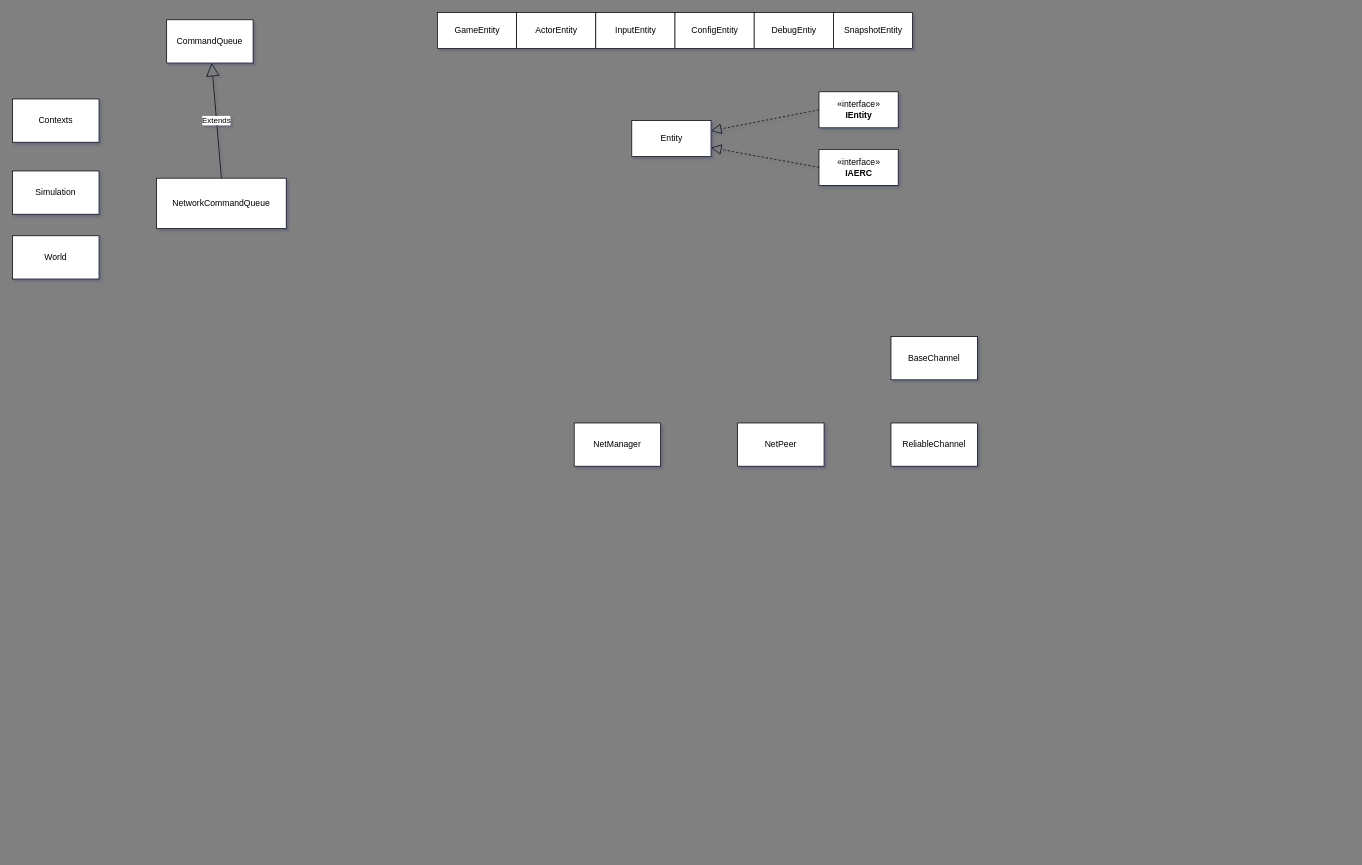
Above: Doc/drawio/Project.drawio in BUGyyc/LockstepBase (draw.io), before the change. Source tidied: cells renumbered, new cells numbered last; positions are measured from the earlier drawing's top-left corner, leaving out a move shared by most shapes. Both pictures are drawn from the tidied source at 72%, with x=0, y=0 at pixel (12, 12).
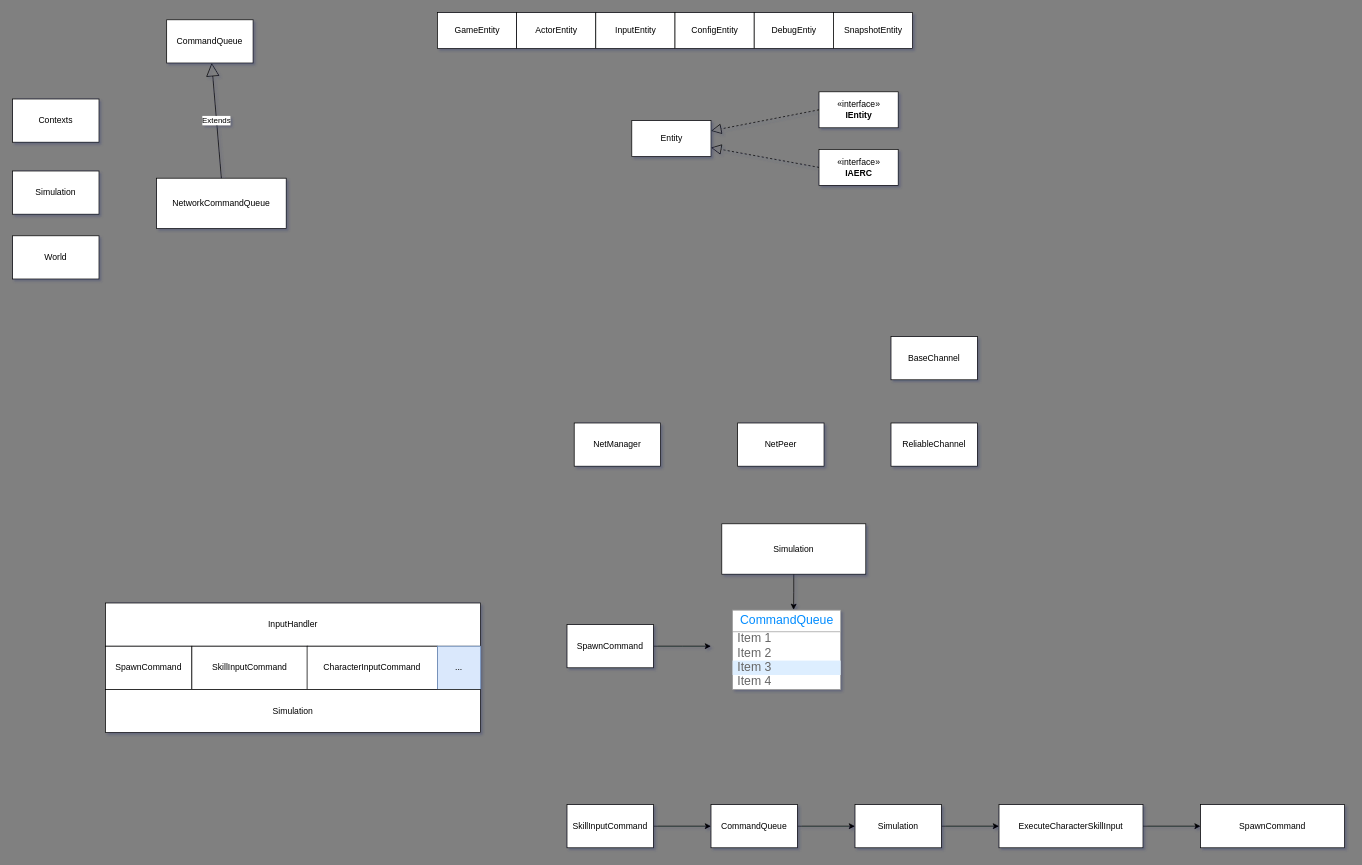
After the change.

Diff of the diagram source:
```diff
@@
+    <mxCell id="23" value="InputHandler&lt;br&gt;" style="rounded=0;whiteSpace=wrap;html=1;" parent="1" vertex="1">
+      <mxGeometry x="129" y="820" width="521" height="60" as="geometry" />
+    </mxCell>
+    <mxCell id="24" value="SpawnCommand" style="rounded=0;whiteSpace=wrap;html=1;" parent="1" vertex="1">
+      <mxGeometry x="129" y="880" width="120" height="60" as="geometry" />
+    </mxCell>
+    <mxCell id="25" value="SkillInputCommand" style="rounded=0;whiteSpace=wrap;html=1;" parent="1" vertex="1">
+      <mxGeometry x="249" y="880" width="161" height="60" as="geometry" />
+    </mxCell>
+    <mxCell id="26" value="CharacterInputCommand" style="rounded=0;whiteSpace=wrap;html=1;" parent="1" vertex="1">
+      <mxGeometry x="409" y="880" width="181" height="60" as="geometry" />
+    </mxCell>
+    <mxCell id="27" value="..." style="rounded=0;whiteSpace=wrap;html=1;fillColor=#dae8fc;strokeColor=#6c8ebf;" parent="1" vertex="1">
+      <mxGeometry x="590" y="880" width="60" height="60" as="geometry" />
+    </mxCell>
+    <mxCell id="28" value="Simulation" style="rounded=0;whiteSpace=wrap;html=1;" parent="1" vertex="1">
+      <mxGeometry x="129" y="940" width="521" height="60" as="geometry" />
+    </mxCell>
+    <mxCell id="29" style="edgeStyle=orthogonalEdgeStyle;rounded=0;jettySize=auto;html=1;" parent="1" edge="1" source="30">
+      <mxGeometry relative="1" as="geometry">
+        <mxPoint x="970" y="880" as="targetPoint" />
+      </mxGeometry>
+    </mxCell>
+    <mxCell id="30" value="SpawnCommand" style="rounded=0;whiteSpace=wrap;html=1;" parent="1" vertex="1">
+      <mxGeometry x="770" y="850" width="120" height="60" as="geometry" />
+    </mxCell>
+    <mxCell id="31" style="strokeWidth=1;shadow=0;dashed=0;align=center;html=1;shape=mxgraph.mockup.forms.rrect;rSize=0;strokeColor=#999999;fillColor=#ffffff;" parent="1" vertex="1">
+      <mxGeometry x="1000" y="830" width="150" height="110" as="geometry" />
+    </mxCell>
+    <mxCell id="32" value="CommandQueue" style="strokeWidth=1;shadow=0;dashed=0;align=center;html=1;shape=mxgraph.mockup.forms.rrect;rSize=0;strokeColor=#999999;fontColor=#008cff;fontSize=17;fillColor=#ffffff;" parent="31" vertex="1">
+      <mxGeometry width="150" height="30" relative="1" as="geometry" />
+    </mxCell>
+    <mxCell id="33" value="Item 1" style="strokeWidth=1;shadow=0;dashed=0;align=center;html=1;shape=mxgraph.mockup.forms.anchor;fontSize=17;fontColor=#666666;align=left;spacingLeft=5;" parent="31" vertex="1">
+      <mxGeometry width="150" height="20" relative="1" as="geometry">
+        <mxPoint y="30" as="offset" />
+      </mxGeometry>
+    </mxCell>
+    <mxCell id="34" value="Item 2" style="strokeWidth=1;shadow=0;dashed=0;align=center;html=1;shape=mxgraph.mockup.forms.anchor;fontSize=17;fontColor=#666666;align=left;spacingLeft=5;" parent="31" vertex="1">
+      <mxGeometry width="150" height="20" relative="1" as="geometry">
+        <mxPoint y="50" as="offset" />
+      </mxGeometry>
+    </mxCell>
+    <mxCell id="35" value="Item 3" style="strokeWidth=1;shadow=0;dashed=0;align=center;html=1;shape=mxgraph.mockup.forms.rrect;rSize=0;fontSize=17;fontColor=#666666;align=left;spacingLeft=5;fillColor=#ddeeff;strokeColor=none;" parent="31" vertex="1">
+      <mxGeometry width="150" height="20" relative="1" as="geometry">
+        <mxPoint y="70" as="offset" />
+      </mxGeometry>
+    </mxCell>
+    <mxCell id="36" value="Item 4" style="strokeWidth=1;shadow=0;dashed=0;align=center;html=1;shape=mxgraph.mockup.forms.anchor;fontSize=17;fontColor=#666666;align=left;spacingLeft=5;" parent="31" vertex="1">
+      <mxGeometry width="150" height="20" relative="1" as="geometry">
+        <mxPoint y="90" as="offset" />
+      </mxGeometry>
+    </mxCell>
+    <mxCell id="37" style="edgeStyle=orthogonalEdgeStyle;rounded=0;jettySize=auto;html=1;entryX=0.565;entryY=-0.016;entryDx=0;entryDy=0;entryPerimeter=0;" parent="1" edge="1" source="38" target="32">
+      <mxGeometry relative="1" as="geometry" />
+    </mxCell>
+    <mxCell id="38" value="Simulation" style="rounded=0;whiteSpace=wrap;html=1;" parent="1" vertex="1">
+      <mxGeometry x="985" y="710" width="200" height="70" as="geometry" />
+    </mxCell>
+    <mxCell id="39" style="edgeStyle=orthogonalEdgeStyle;rounded=0;jettySize=auto;html=1;" parent="1" edge="1" source="40" target="42">
+      <mxGeometry relative="1" as="geometry" />
+    </mxCell>
+    <mxCell id="40" value="SkillInputCommand" style="rounded=0;whiteSpace=wrap;html=1;" parent="1" vertex="1">
+      <mxGeometry x="770" y="1100" width="120" height="60" as="geometry" />
+    </mxCell>
+    <mxCell id="41" style="edgeStyle=orthogonalEdgeStyle;rounded=0;jettySize=auto;html=1;" parent="1" edge="1" source="42" target="44">
+      <mxGeometry relative="1" as="geometry" />
+    </mxCell>
+    <mxCell id="42" value="CommandQueue" style="rounded=0;whiteSpace=wrap;html=1;" parent="1" vertex="1">
+      <mxGeometry x="970" y="1100" width="120" height="60" as="geometry" />
+    </mxCell>
+    <mxCell id="43" style="edgeStyle=orthogonalEdgeStyle;rounded=0;jettySize=auto;html=1;" parent="1" edge="1" source="44" target="46">
+      <mxGeometry relative="1" as="geometry" />
+    </mxCell>
+    <mxCell id="44" value="Simulation" style="rounded=0;whiteSpace=wrap;html=1;" parent="1" vertex="1">
+      <mxGeometry x="1170" y="1100" width="120" height="60" as="geometry" />
+    </mxCell>
+    <mxCell id="45" style="edgeStyle=orthogonalEdgeStyle;rounded=0;jettySize=auto;html=1;" parent="1" edge="1" source="46" target="47">
+      <mxGeometry relative="1" as="geometry" />
+    </mxCell>
+    <mxCell id="46" value="ExecuteCharacterSkillInput" style="rounded=0;whiteSpace=wrap;html=1;" parent="1" vertex="1">
+      <mxGeometry x="1370" y="1100" width="200" height="60" as="geometry" />
+    </mxCell>
+    <mxCell id="47" value="SpawnCommand" style="rounded=0;whiteSpace=wrap;html=1;" parent="1" vertex="1">
+      <mxGeometry x="1650" y="1100" width="200" height="60" as="geometry" />
+    </mxCell>
```
